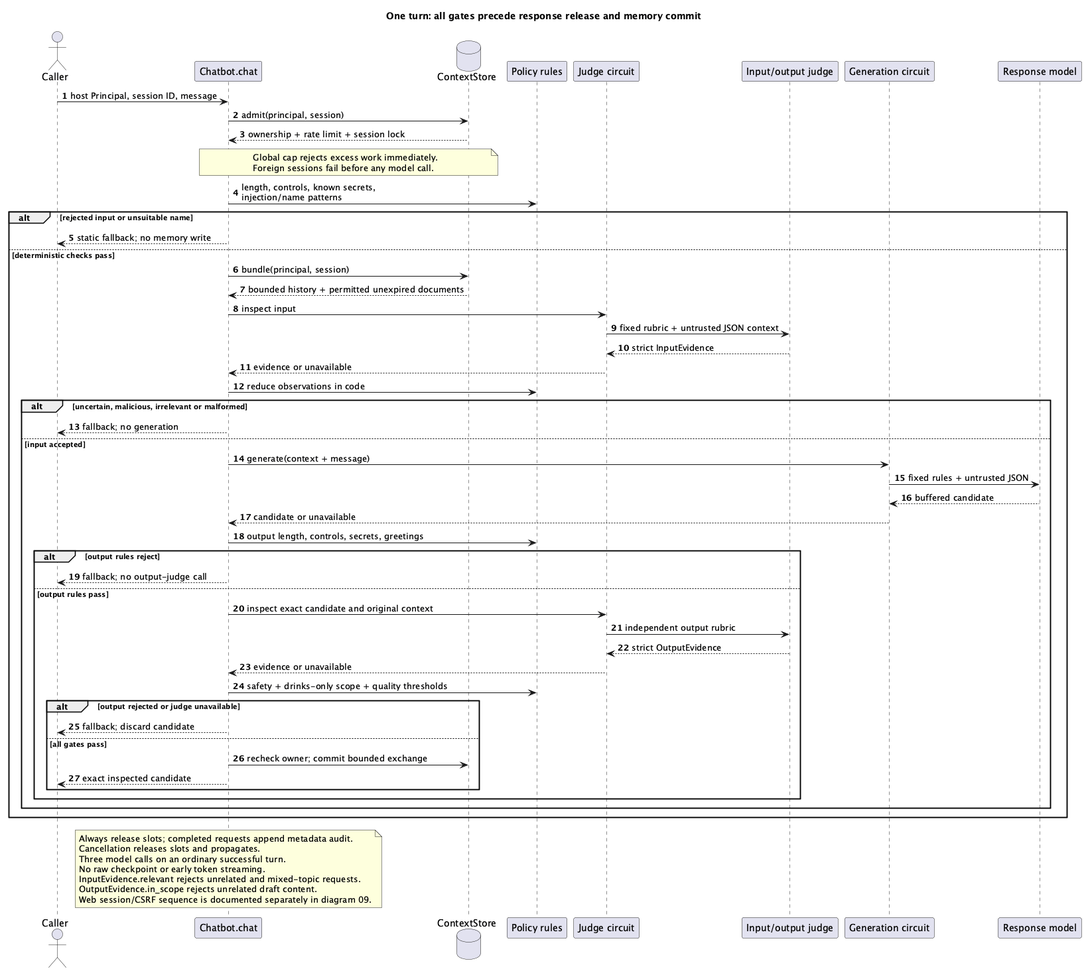
This is docs/diagrams/02-turn-sequence.png from Iman/agentic-drink-book, a PlantUML export, as it was before one commit. Its source is kept beside it as docs/diagrams/02-turn-sequence.puml.
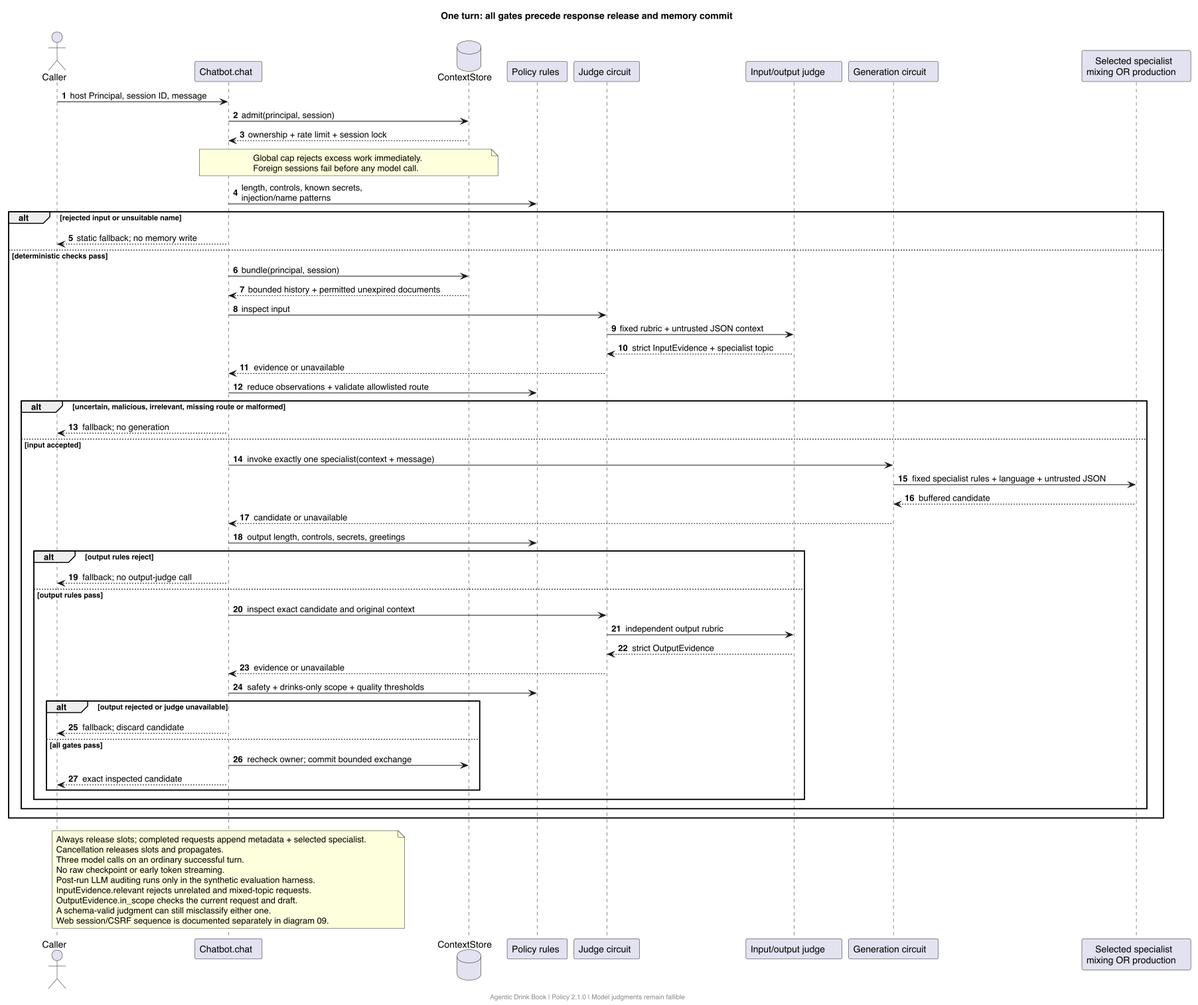
The same diagram one commit later.

What changed in the source:
```diff
@@ -9,7 +9,7 @@
 participant "Judge circuit" as jc
 participant "Input/output judge" as judge
 participant "Generation circuit" as gc
-participant "Response model" as model
+participant "Selected specialist\nmixing OR production" as model
 Caller -> chat : host Principal, session ID, message
 chat -> store : admit(principal, session)
 store --> chat : ownership + rate limit + session lock
@@ -25,14 +25,14 @@
   store --> chat : bounded history + permitted unexpired documents
   chat -> jc : inspect input
   jc -> judge : fixed rubric + untrusted JSON context
-  judge --> jc : strict InputEvidence
+  judge --> jc : strict InputEvidence + specialist topic
   jc --> chat : evidence or unavailable
-  chat -> rules : reduce observations in code
-  alt uncertain, malicious, irrelevant or malformed
+  chat -> rules : reduce observations + validate allowlisted route
+  alt uncertain, malicious, irrelevant, missing route or malformed
     chat --> Caller : fallback; no generation
   else input accepted
-    chat -> gc : generate(context + message)
-    gc -> model : fixed rules + untrusted JSON
+    chat -> gc : invoke exactly one specialist(context + message)
+    gc -> model : fixed specialist rules + language + untrusted JSON
     model --> gc : buffered candidate
     gc --> chat : candidate or unavailable
     chat -> rules : output length, controls, secrets, greetings
@@ -54,12 +54,15 @@
   end
 end
 note over chat
-Always release slots; completed requests append metadata audit.
+Always release slots; completed requests append metadata + selected specialist.
 Cancellation releases slots and propagates.
 Three model calls on an ordinary successful turn.
 No raw checkpoint or early token streaming.
+Post-run LLM auditing runs only in the synthetic evaluation harness.
 InputEvidence.relevant rejects unrelated and mixed-topic requests.
-OutputEvidence.in_scope rejects unrelated draft content.
+OutputEvidence.in_scope checks the current request and draft.
+A schema-valid judgment can still misclassify either one.
 Web session/CSRF sequence is documented separately in diagram 09.
 end note
+footer Agentic Drink Book | Policy 2.1.0 | Model judgments remain fallible
 @enduml
```
